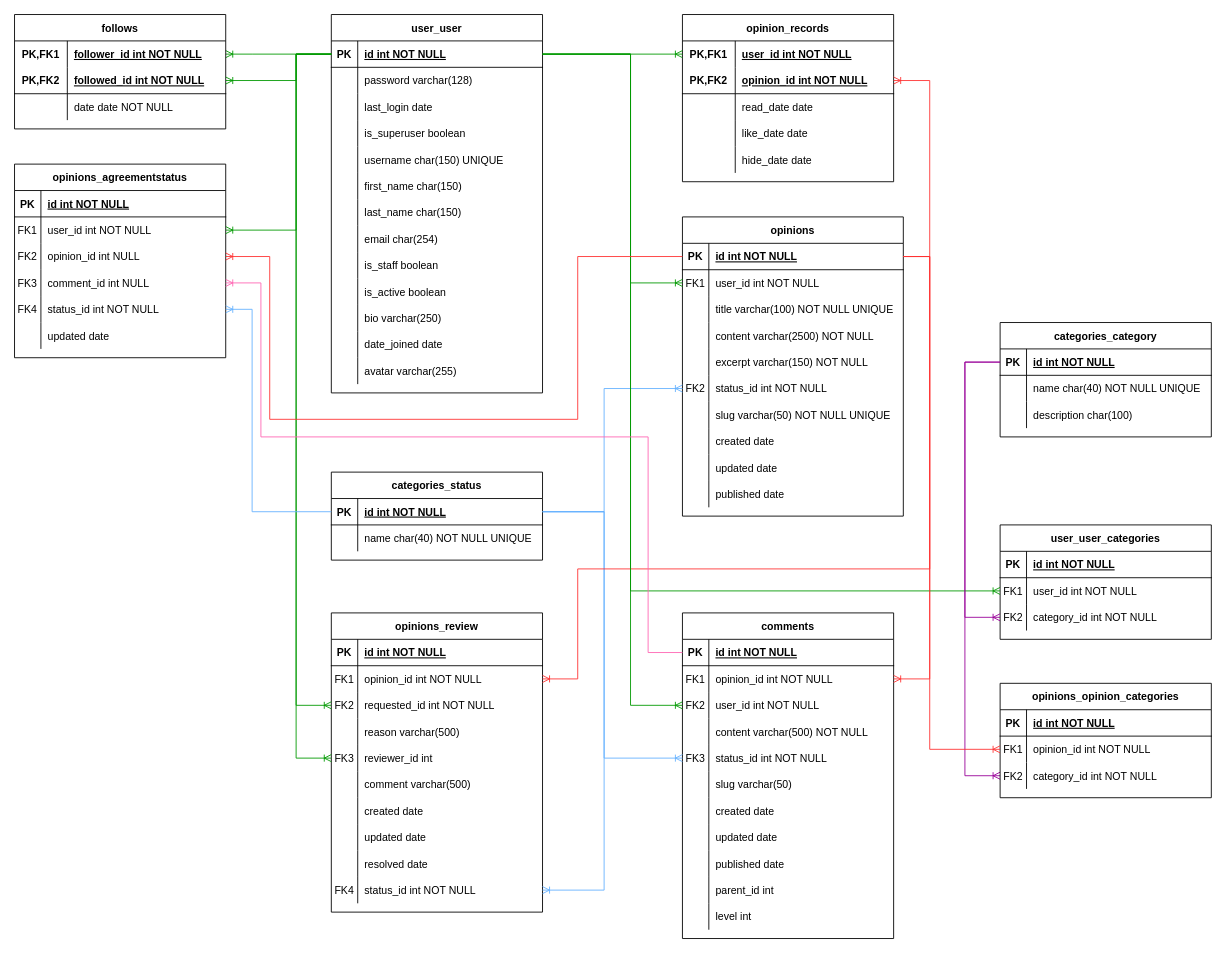
Earlier version of the draw.io diagram page "database-schema" (1 of 14) of doc/design/soapbox.drawio (ibuttimer/soapbox). Source tidied: cells renumbered, new cells numbered last; positions are measured from the earlier drawing's top-left corner, leaving out a move shared by most shapes. Both pictures are drawn from the tidied source at 88%, with x=0, y=0 at pixel (14, 14).
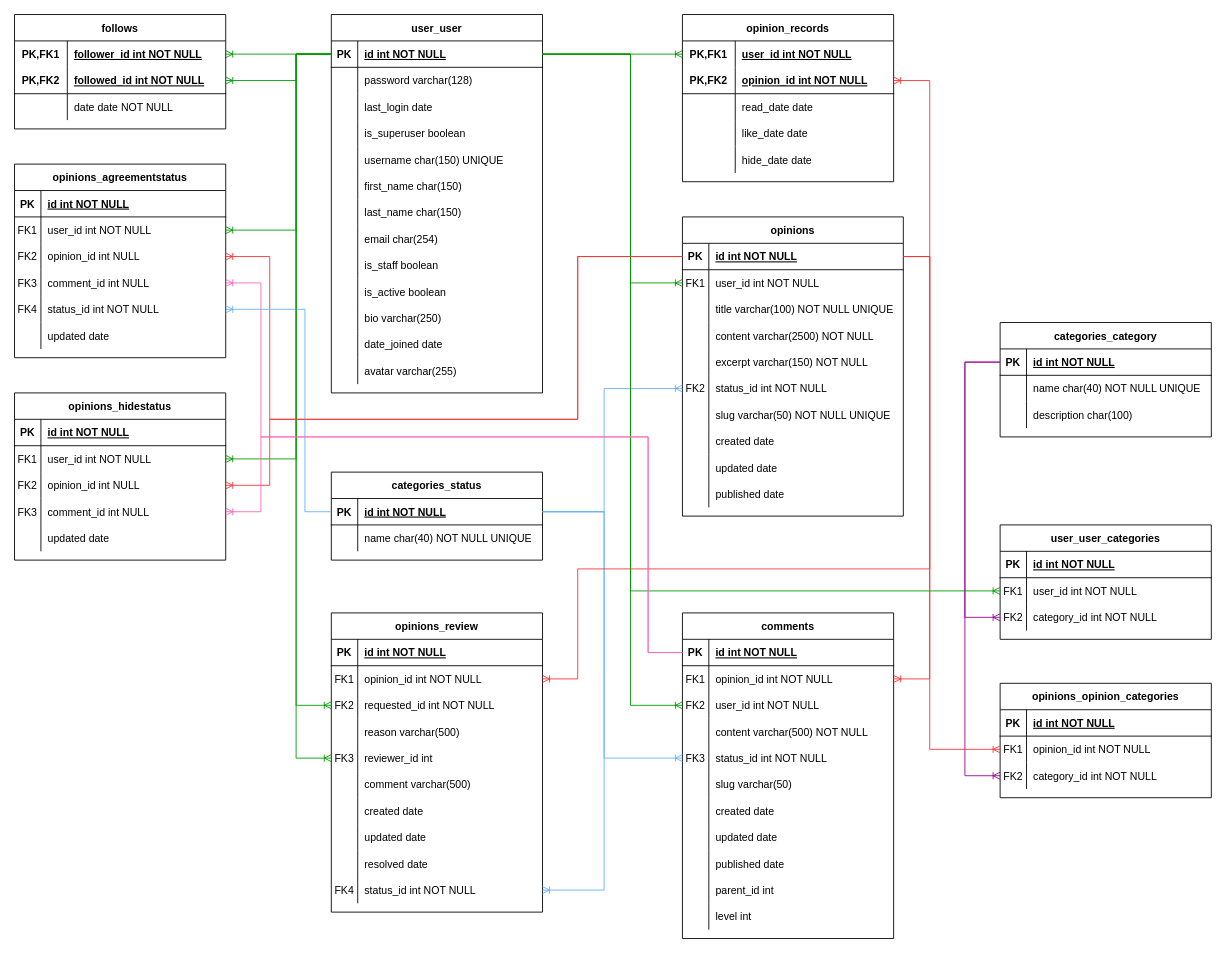
The same page after the edit.

Unchanged cells that the change refers to:
```xml
<mxCell id="3" style="shape=partialRectangle;fillColor=none;points=[[0,0.5],[1,0.5]];portConstraint=eastwest;top=0;left=0;right=0;bottom=1;" parent="2" vertex="1">
  <mxGeometry y="30" width="251" height="30" as="geometry" />
</mxCell>
<mxCell id="44" style="shape=partialRectangle;fillColor=none;points=[[0,0.5],[1,0.5]];portConstraint=eastwest;top=0;left=0;right=0;bottom=1;" parent="43" vertex="1">
  <mxGeometry y="30" width="240" height="30" as="geometry" />
</mxCell>
<mxCell id="97" style="shape=partialRectangle;fillColor=none;points=[[0,0.5],[1,0.5]];portConstraint=eastwest;top=0;left=0;right=0;bottom=1;" parent="96" vertex="1">
  <mxGeometry y="30" width="240" height="30" as="geometry" />
</mxCell>
<mxCell id="124" style="shape=partialRectangle;fillColor=none;points=[[0,0.5],[1,0.5]];portConstraint=eastwest;top=0;left=0;right=0;bottom=1;" parent="123" vertex="1">
  <mxGeometry y="30" width="240" height="30" as="geometry" />
</mxCell>
<mxCell id="231" style="shape=partialRectangle;fillColor=none;points=[[0,0.5],[1,0.5]];portConstraint=eastwest;top=0;left=0;right=0;bottom=0;" parent="218" vertex="1">
  <mxGeometry y="150" width="240" height="30" as="geometry" />
</mxCell>
```

Change to the diagram source:
```diff
@@
     <mxCell id="240" style="edgeStyle=elbowEdgeStyle;fontSize=12;html=1;endArrow=ERoneToMany;rounded=0;entryX=1;entryY=0.5;entryDx=0;entryDy=0;strokeColor=#66B2FF;exitX=0;exitY=0.5;exitDx=0;exitDy=0;" parent="1" edge="1" source="97" target="231">
       <mxGeometry relative="1" as="geometry">
         <Array as="points">
-          <mxPoint x="270" y="570" />
+          <mxPoint x="330" y="450" />
           <mxPoint x="270" y="800" />
           <mxPoint x="270" y="570" />
         </Array>
       </mxGeometry>
     </mxCell>
+    <mxCell id="241" value="opinions_hidestatus" style="shape=table;startSize=30;childLayout=tableLayout;rowLines=0;fontStyle=1;align=center;" parent="1" vertex="1">
+      <mxGeometry y="430" width="240" height="190" as="geometry" />
+    </mxCell>
+    <mxCell id="242" style="shape=partialRectangle;fillColor=none;top=0;left=0;right=0;bottom=1;" parent="241" vertex="1">
+      <mxGeometry y="30" width="240" height="30" as="geometry" />
+    </mxCell>
+    <mxCell id="243" value="PK" style="shape=partialRectangle;overflow=hidden;fillColor=none;top=0;left=0;bottom=0;right=0;fontStyle=1;" parent="242" vertex="1">
+      <mxGeometry width="30" height="30" as="geometry" />
+    </mxCell>
+    <mxCell id="244" value="id int NOT NULL " style="shape=partialRectangle;overflow=hidden;fillColor=none;top=0;left=0;bottom=0;right=0;align=left;spacingLeft=6;fontStyle=5;" parent="242" vertex="1">
+      <mxGeometry x="30" width="210" height="30" as="geometry" />
+    </mxCell>
+    <mxCell id="245" style="shape=partialRectangle;fillColor=none;points=[[0,0.5],[1,0.5]];portConstraint=eastwest;top=0;left=0;right=0;bottom=0;" parent="241" vertex="1">
+      <mxGeometry y="60" width="240" height="30" as="geometry" />
+    </mxCell>
+    <mxCell id="246" value="FK1" style="shape=partialRectangle;overflow=hidden;fillColor=none;top=0;left=0;bottom=0;right=0;" parent="245" vertex="1">
+      <mxGeometry width="30" height="30" as="geometry" />
+    </mxCell>
+    <mxCell id="247" value="user_id int NOT NULL" style="shape=partialRectangle;overflow=hidden;fillColor=none;top=0;left=0;bottom=0;right=0;align=left;spacingLeft=6;" parent="245" vertex="1">
+      <mxGeometry x="30" width="210" height="30" as="geometry" />
+    </mxCell>
+    <mxCell id="248" style="shape=partialRectangle;fillColor=none;points=[[0,0.5],[1,0.5]];portConstraint=eastwest;top=0;left=0;right=0;bottom=0;" parent="241" vertex="1">
+      <mxGeometry y="90" width="240" height="30" as="geometry" />
+    </mxCell>
+    <mxCell id="249" value="FK2" style="shape=partialRectangle;overflow=hidden;fillColor=none;top=0;left=0;bottom=0;right=0;" parent="248" vertex="1">
+      <mxGeometry width="30" height="30" as="geometry" />
+    </mxCell>
+    <mxCell id="250" value="opinion_id int NULL" style="shape=partialRectangle;overflow=hidden;fillColor=none;top=0;left=0;bottom=0;right=0;align=left;spacingLeft=6;" parent="248" vertex="1">
+      <mxGeometry x="30" width="210" height="30" as="geometry" />
+    </mxCell>
+    <mxCell id="251" style="shape=partialRectangle;fillColor=none;points=[[0,0.5],[1,0.5]];portConstraint=eastwest;top=0;left=0;right=0;bottom=0;" parent="241" vertex="1">
+      <mxGeometry y="120" width="240" height="30" as="geometry" />
+    </mxCell>
+    <mxCell id="252" value="FK3" style="shape=partialRectangle;overflow=hidden;fillColor=none;top=0;left=0;bottom=0;right=0;" parent="251" vertex="1">
+      <mxGeometry width="30" height="30" as="geometry" />
+    </mxCell>
+    <mxCell id="253" value="comment_id int NULL" style="shape=partialRectangle;overflow=hidden;fillColor=none;top=0;left=0;bottom=0;right=0;align=left;spacingLeft=6;" parent="251" vertex="1">
+      <mxGeometry x="30" width="210" height="30" as="geometry" />
+    </mxCell>
+    <mxCell id="254" style="shape=partialRectangle;fillColor=none;top=0;left=0;right=0;bottom=0;" parent="241" vertex="1">
+      <mxGeometry y="150" width="240" height="30" as="geometry" />
+    </mxCell>
+    <mxCell id="255" style="shape=partialRectangle;overflow=hidden;fillColor=none;top=0;left=0;bottom=0;right=0;" parent="254" vertex="1">
+      <mxGeometry width="30" height="30" as="geometry" />
+    </mxCell>
+    <mxCell id="256" value="updated date" style="shape=partialRectangle;overflow=hidden;fillColor=none;top=0;left=0;bottom=0;right=0;align=left;spacingLeft=6;" parent="254" vertex="1">
+      <mxGeometry x="30" width="210" height="30" as="geometry" />
+    </mxCell>
+    <mxCell id="257" style="edgeStyle=elbowEdgeStyle;fontSize=12;html=1;endArrow=ERoneToMany;rounded=0;strokeColor=#009900;exitX=0;exitY=0.5;exitDx=0;exitDy=0;entryX=1;entryY=0.5;entryDx=0;entryDy=0;" parent="1" edge="1" source="44" target="245">
+      <mxGeometry relative="1" as="geometry">
+        <Array as="points">
+          <mxPoint x="320" y="280" />
+        </Array>
+      </mxGeometry>
+    </mxCell>
+    <mxCell id="258" style="edgeStyle=orthogonalEdgeStyle;fontSize=12;html=1;endArrow=ERoneToMany;rounded=0;exitX=0;exitY=0.5;exitDx=0;exitDy=0;strokeColor=#FF3333;entryX=1;entryY=0.5;entryDx=0;entryDy=0;" parent="1" edge="1" source="3" target="248">
+      <mxGeometry relative="1" as="geometry">
+        <Array as="points">
+          <mxPoint x="640" y="275" />
+          <mxPoint x="640" y="460" />
+          <mxPoint x="290" y="460" />
+          <mxPoint x="290" y="535" />
+        </Array>
+      </mxGeometry>
+    </mxCell>
+    <mxCell id="259" style="edgeStyle=orthogonalEdgeStyle;fontSize=12;html=1;endArrow=ERoneToMany;rounded=0;strokeColor=#FF66B3;exitX=0;exitY=0.5;exitDx=0;exitDy=0;entryX=1;entryY=0.5;entryDx=0;entryDy=0;" parent="1" edge="1" source="124" target="251">
+      <mxGeometry relative="1" as="geometry">
+        <Array as="points">
+          <mxPoint x="720" y="725" />
+          <mxPoint x="720" y="480" />
+          <mxPoint x="280" y="480" />
+          <mxPoint x="280" y="565" />
+        </Array>
+      </mxGeometry>
+    </mxCell>
```
